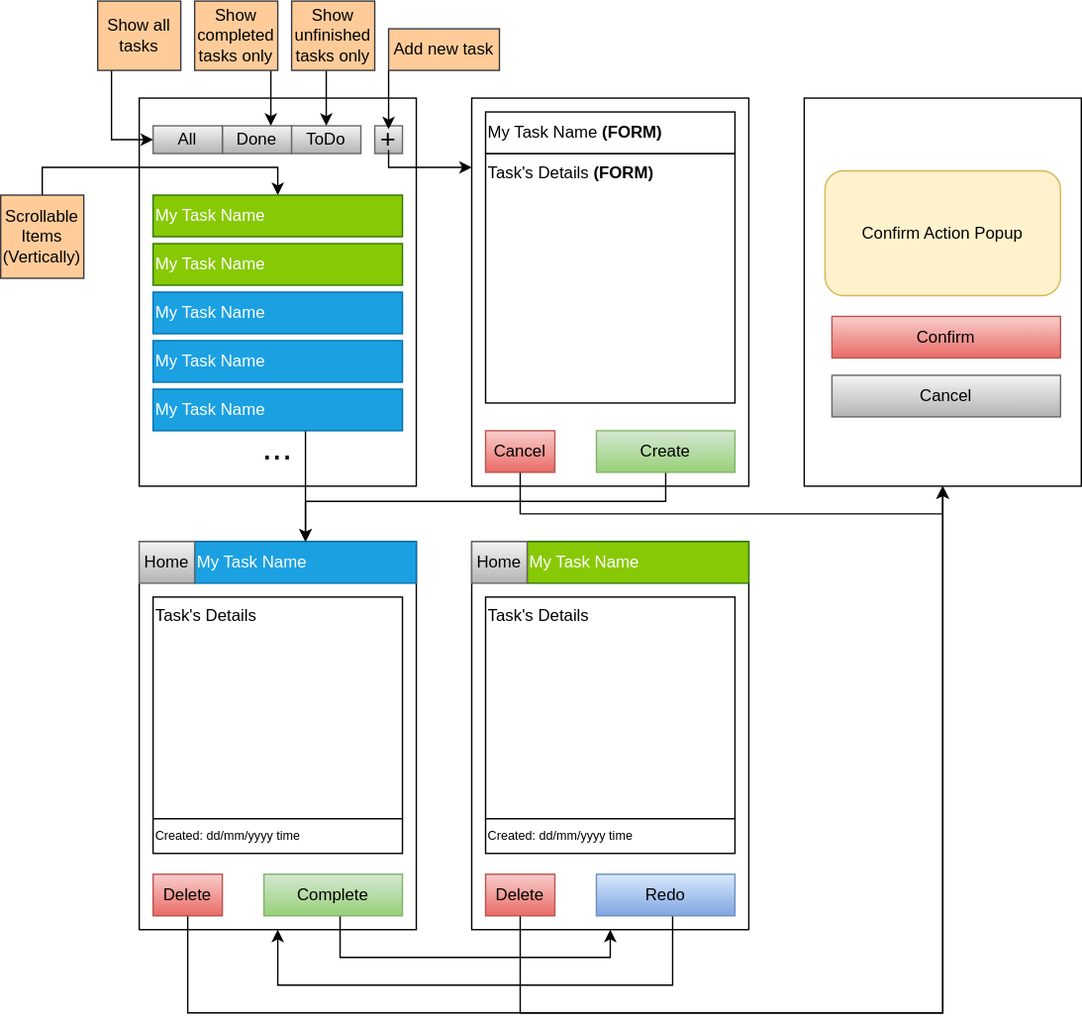
Earlier version of the draw.io export design/Prototype Design.drawio.svg (gubrus50/to-do-list). Source tidied: cells renumbered, new cells last; positions are measured from the earlier drawing's top-left corner, leaving out a move shared by most shapes.
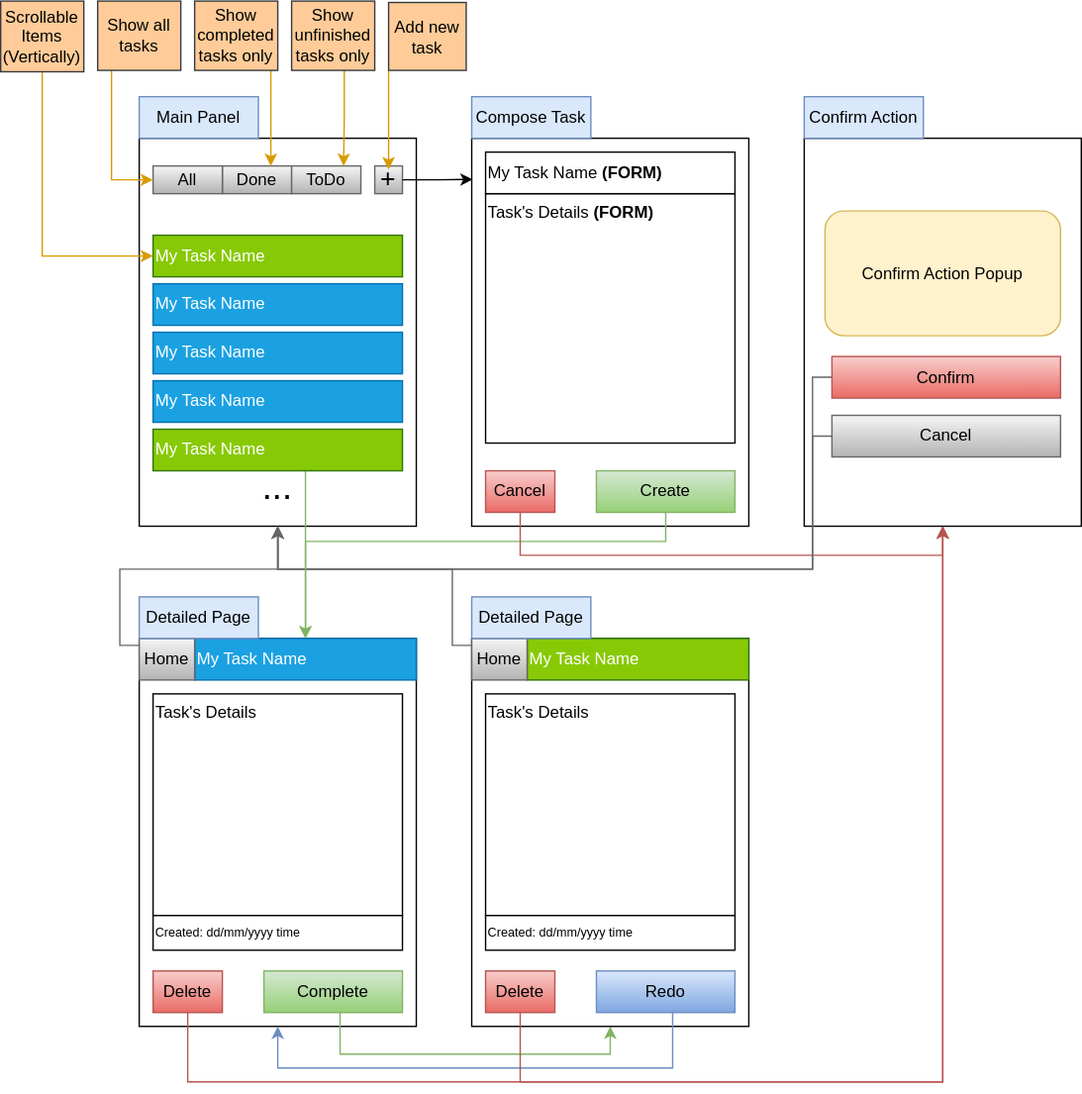
After the change.

What changed in the source:
```diff
@@ -8,3 +8,3 @@
     <mxCell id="3" style="rounded=0;whiteSpace=wrap;html=1;" parent="1" vertex="1">
-      <mxGeometry x="100" y="390" width="200" height="280" as="geometry" />
+      <mxGeometry x="100" y="431" width="200" height="280" as="geometry" />
     </mxCell>
@@ -22,3 +22,3 @@
     </mxCell>
-    <mxCell id="8" value="My Task Name" style="rounded=0;whiteSpace=wrap;html=1;fillColor=#88C906;strokeColor=#2D7600;align=left;fontColor=#ffffff;" parent="1" vertex="1">
+    <mxCell id="8" value="My Task Name" style="rounded=0;whiteSpace=wrap;html=1;fillColor=#1ba1e2;strokeColor=#006EAF;align=left;fontColor=#ffffff;" parent="1" vertex="1">
       <mxGeometry x="110" y="175" width="180" height="30" as="geometry" />
@@ -31,13 +31,2 @@
     </mxCell>
-    <mxCell id="11" style="edgeStyle=orthogonalEdgeStyle;rounded=0;jettySize=auto;html=1;entryX=0.5;entryY=0;entryDx=0;entryDy=0;" parent="1" edge="1" source="12" target="17">
-      <mxGeometry relative="1" as="geometry">
-        <Array as="points">
-          <mxPoint x="220" y="331" />
-          <mxPoint x="220" y="331" />
-        </Array>
-      </mxGeometry>
-    </mxCell>
-    <mxCell id="12" value="My Task Name" style="rounded=0;whiteSpace=wrap;html=1;fillColor=#1ba1e2;fontColor=#ffffff;strokeColor=#006EAF;align=left;" parent="1" vertex="1">
-      <mxGeometry x="110" y="280" width="180" height="30" as="geometry" />
-    </mxCell>
     <mxCell id="13" value="Done" style="rounded=0;whiteSpace=wrap;html=1;fillColor=#f5f5f5;gradientColor=#b3b3b3;strokeColor=#666666;" parent="1" vertex="1">
@@ -55,15 +44,15 @@
     <mxCell id="17" value="My Task Name" style="rounded=0;whiteSpace=wrap;html=1;fillColor=#1ba1e2;fontColor=#ffffff;strokeColor=#006EAF;align=left;" parent="1" vertex="1">
-      <mxGeometry x="140" y="390" width="160" height="30" as="geometry" />
+      <mxGeometry x="140" y="431" width="160" height="30" as="geometry" />
     </mxCell>
     <mxCell id="18" value="Task's Details" style="rounded=0;whiteSpace=wrap;html=1;align=left;verticalAlign=top;" parent="1" vertex="1">
-      <mxGeometry x="110" y="430" width="180" height="160" as="geometry" />
+      <mxGeometry x="110" y="471" width="180" height="160" as="geometry" />
     </mxCell>
     <mxCell id="19" value="Created: dd/mm/yyyy time" style="rounded=0;whiteSpace=wrap;html=1;fontSize=9;align=left;" parent="1" vertex="1">
-      <mxGeometry x="110" y="590" width="180" height="25" as="geometry" />
+      <mxGeometry x="110" y="631" width="180" height="25" as="geometry" />
     </mxCell>
-    <mxCell id="20" style="edgeStyle=orthogonalEdgeStyle;rounded=0;jettySize=auto;html=1;entryX=0.5;entryY=1;entryDx=0;entryDy=0;" parent="1" edge="1" source="21" target="24">
+    <mxCell id="20" style="edgeStyle=orthogonalEdgeStyle;rounded=0;jettySize=auto;html=1;entryX=0.5;entryY=1;entryDx=0;entryDy=0;fillColor=#d5e8d4;strokeColor=#82b366;" parent="1" edge="1" source="21" target="24">
       <mxGeometry relative="1" as="geometry">
         <Array as="points">
-          <mxPoint x="245" y="690" />
-          <mxPoint x="440" y="690" />
+          <mxPoint x="245" y="731" />
+          <mxPoint x="440" y="731" />
         </Array>
@@ -72,9 +61,9 @@
     <mxCell id="21" value="Complete" style="rounded=0;whiteSpace=wrap;html=1;fillColor=#d5e8d4;strokeColor=#82b366;gradientColor=#97d077;" parent="1" vertex="1">
-      <mxGeometry x="190" y="630" width="100" height="30" as="geometry" />
+      <mxGeometry x="190" y="671" width="100" height="30" as="geometry" />
     </mxCell>
-    <mxCell id="22" style="edgeStyle=orthogonalEdgeStyle;rounded=0;jettySize=auto;html=1;entryX=0.5;entryY=1;entryDx=0;entryDy=0;" parent="1" edge="1" source="23" target="51">
+    <mxCell id="22" style="edgeStyle=orthogonalEdgeStyle;rounded=0;jettySize=auto;html=1;entryX=0.5;entryY=1;entryDx=0;entryDy=0;fillColor=#f8cecc;strokeColor=#b85450;" parent="1" edge="1" source="23" target="51">
       <mxGeometry relative="1" as="geometry">
         <Array as="points">
-          <mxPoint x="135" y="730" />
-          <mxPoint x="680" y="730" />
+          <mxPoint x="135" y="751" />
+          <mxPoint x="680" y="751" />
         </Array>
@@ -83,18 +72,18 @@
     <mxCell id="23" value="Delete" style="rounded=0;whiteSpace=wrap;html=1;fillColor=#f8cecc;gradientColor=#ea6b66;strokeColor=#b85450;" parent="1" vertex="1">
-      <mxGeometry x="110" y="630" width="50" height="30" as="geometry" />
+      <mxGeometry x="110" y="671" width="50" height="30" as="geometry" />
     </mxCell>
     <mxCell id="24" style="rounded=0;whiteSpace=wrap;html=1;" parent="1" vertex="1">
-      <mxGeometry x="340" y="390" width="200" height="280" as="geometry" />
+      <mxGeometry x="340" y="431" width="200" height="280" as="geometry" />
     </mxCell>
     <mxCell id="25" value="Task's Details" style="rounded=0;whiteSpace=wrap;html=1;align=left;verticalAlign=top;" parent="1" vertex="1">
-      <mxGeometry x="350" y="430" width="180" height="160" as="geometry" />
+      <mxGeometry x="350" y="471" width="180" height="160" as="geometry" />
     </mxCell>
     <mxCell id="26" value="Created: dd/mm/yyyy time" style="rounded=0;whiteSpace=wrap;html=1;fontSize=9;align=left;" parent="1" vertex="1">
-      <mxGeometry x="350" y="590" width="180" height="25" as="geometry" />
+      <mxGeometry x="350" y="631" width="180" height="25" as="geometry" />
     </mxCell>
-    <mxCell id="27" style="edgeStyle=orthogonalEdgeStyle;rounded=0;jettySize=auto;html=1;entryX=0.5;entryY=1;entryDx=0;entryDy=0;" parent="1" edge="1" source="28" target="3">
+    <mxCell id="27" style="edgeStyle=orthogonalEdgeStyle;rounded=0;jettySize=auto;html=1;entryX=0.5;entryY=1;entryDx=0;entryDy=0;fillColor=#dae8fc;strokeColor=#6c8ebf;" parent="1" edge="1" source="28" target="3">
       <mxGeometry relative="1" as="geometry">
         <Array as="points">
-          <mxPoint x="485" y="710" />
-          <mxPoint x="200" y="710" />
+          <mxPoint x="485" y="741" />
+          <mxPoint x="200" y="741" />
         </Array>
@@ -103,9 +92,9 @@
     <mxCell id="28" value="Redo" style="rounded=0;whiteSpace=wrap;html=1;fillColor=#dae8fc;strokeColor=#6c8ebf;gradientColor=#7ea6e0;" parent="1" vertex="1">
-      <mxGeometry x="430" y="630" width="100" height="30" as="geometry" />
+      <mxGeometry x="430" y="671" width="100" height="30" as="geometry" />
     </mxCell>
-    <mxCell id="29" style="edgeStyle=orthogonalEdgeStyle;rounded=0;jettySize=auto;html=1;entryX=0.5;entryY=1;entryDx=0;entryDy=0;" parent="1" edge="1" source="30" target="51">
+    <mxCell id="29" style="edgeStyle=orthogonalEdgeStyle;rounded=0;jettySize=auto;html=1;entryX=0.5;entryY=1;entryDx=0;entryDy=0;fillColor=#f8cecc;strokeColor=#b85450;" parent="1" edge="1" source="30" target="51">
       <mxGeometry relative="1" as="geometry">
         <Array as="points">
-          <mxPoint x="375" y="730" />
-          <mxPoint x="680" y="730" />
+          <mxPoint x="375" y="751" />
+          <mxPoint x="680" y="751" />
         </Array>
@@ -114,6 +103,6 @@
     <mxCell id="30" value="Delete" style="rounded=0;whiteSpace=wrap;html=1;fillColor=#f8cecc;gradientColor=#ea6b66;strokeColor=#b85450;" parent="1" vertex="1">
-      <mxGeometry x="350" y="630" width="50" height="30" as="geometry" />
+      <mxGeometry x="350" y="671" width="50" height="30" as="geometry" />
     </mxCell>
     <mxCell id="31" value="My Task Name" style="rounded=0;whiteSpace=wrap;html=1;fillColor=#88C906;strokeColor=#2D7600;align=left;fontColor=#ffffff;" parent="1" vertex="1">
-      <mxGeometry x="380" y="390" width="160" height="30" as="geometry" />
+      <mxGeometry x="380" y="431" width="160" height="30" as="geometry" />
     </mxCell>
@@ -125,3 +114,3 @@
     </mxCell>
-    <mxCell id="34" style="edgeStyle=orthogonalEdgeStyle;rounded=0;jettySize=auto;html=1;entryX=0.5;entryY=0;entryDx=0;entryDy=0;" parent="1" edge="1" source="35" target="17">
+    <mxCell id="34" style="edgeStyle=orthogonalEdgeStyle;rounded=0;jettySize=auto;html=1;entryX=0.5;entryY=0;entryDx=0;entryDy=0;fillColor=#d5e8d4;strokeColor=#82b366;" parent="1" edge="1" source="35" target="17">
       <mxGeometry relative="1" as="geometry">
@@ -136,7 +125,7 @@
     </mxCell>
-    <mxCell id="36" style="edgeStyle=orthogonalEdgeStyle;rounded=0;jettySize=auto;html=1;entryX=0.5;entryY=1;entryDx=0;entryDy=0;" parent="1" edge="1" source="37" target="51">
+    <mxCell id="36" style="edgeStyle=orthogonalEdgeStyle;rounded=0;jettySize=auto;html=1;entryX=0.5;entryY=1;entryDx=0;entryDy=0;fillColor=#f8cecc;strokeColor=#b85450;" parent="1" edge="1" source="37" target="51">
       <mxGeometry relative="1" as="geometry">
         <Array as="points">
-          <mxPoint x="375" y="370" />
-          <mxPoint x="680" y="370" />
+          <mxPoint x="375" y="371" />
+          <mxPoint x="680" y="371" />
         </Array>
@@ -150,7 +139,7 @@
     </mxCell>
-    <mxCell id="39" style="edgeStyle=orthogonalEdgeStyle;rounded=0;jettySize=auto;html=1;entryX=0.5;entryY=0;entryDx=0;entryDy=0;" parent="1" edge="1" source="40" target="7">
+    <mxCell id="39" style="edgeStyle=orthogonalEdgeStyle;rounded=0;jettySize=auto;html=1;entryX=0;entryY=0.5;entryDx=0;entryDy=0;fillColor=#ffe6cc;strokeColor=#d79b00;" parent="1" edge="1" source="40" target="7">
       <mxGeometry relative="1" as="geometry">
         <Array as="points">
-          <mxPoint x="30" y="120" />
-          <mxPoint x="200" y="120" />
+          <mxPoint x="76" y="155" />
+          <mxPoint x="76" y="155" />
         </Array>
@@ -159,5 +148,5 @@
     <mxCell id="40" value="Scrollable Items&lt;br&gt;(Vertically)" style="text;html=1;strokeColor=#36393d;fillColor=#ffcc99;align=center;verticalAlign=middle;whiteSpace=wrap;rounded=0;" parent="1" vertex="1">
-      <mxGeometry y="140" width="60" height="60" as="geometry" />
+      <mxGeometry y="-29" width="60" height="51" as="geometry" />
     </mxCell>
-    <mxCell id="41" style="edgeStyle=orthogonalEdgeStyle;rounded=0;jettySize=auto;html=1;entryX=0.5;entryY=0;entryDx=0;entryDy=0;" parent="1" edge="1" source="42" target="6">
+    <mxCell id="41" style="edgeStyle=orthogonalEdgeStyle;rounded=0;jettySize=auto;html=1;entryX=0.5;entryY=0;entryDx=0;entryDy=0;fillColor=#ffe6cc;strokeColor=#d79b00;" parent="1" edge="1" source="42" target="6">
       <mxGeometry relative="1" as="geometry">
@@ -170,14 +159,5 @@
     <mxCell id="42" value="Add new task" style="text;html=1;strokeColor=#36393d;fillColor=#ffcc99;align=center;verticalAlign=middle;whiteSpace=wrap;rounded=0;" parent="1" vertex="1">
-      <mxGeometry x="280" y="20" width="80" height="30" as="geometry" />
+      <mxGeometry x="280" y="-28" width="56" height="49" as="geometry" />
     </mxCell>
-    <mxCell id="43" style="edgeStyle=orthogonalEdgeStyle;rounded=0;jettySize=auto;html=1;" parent="1" edge="1" source="6">
-      <mxGeometry relative="1" as="geometry">
-        <mxPoint x="340" y="120" as="targetPoint" />
-        <Array as="points">
-          <mxPoint x="280" y="120" />
-          <mxPoint x="340" y="120" />
-        </Array>
-      </mxGeometry>
-    </mxCell>
-    <mxCell id="44" style="edgeStyle=orthogonalEdgeStyle;rounded=0;jettySize=auto;html=1;" parent="1" edge="1" source="45" target="13">
+    <mxCell id="44" style="edgeStyle=orthogonalEdgeStyle;rounded=0;jettySize=auto;html=1;fillColor=#ffe6cc;strokeColor=#d79b00;" parent="1" edge="1" source="45" target="13">
       <mxGeometry relative="1" as="geometry">
@@ -190,9 +170,9 @@
     <mxCell id="45" value="Show completed tasks only" style="text;html=1;align=center;verticalAlign=middle;whiteSpace=wrap;rounded=0;fillColor=#ffcc99;strokeColor=#36393d;" parent="1" vertex="1">
-      <mxGeometry x="140" width="60" height="50" as="geometry" />
+      <mxGeometry x="140" y="-29" width="60" height="50" as="geometry" />
     </mxCell>
-    <mxCell id="46" style="edgeStyle=orthogonalEdgeStyle;rounded=0;jettySize=auto;html=1;entryX=0.5;entryY=0;entryDx=0;entryDy=0;" parent="1" edge="1" source="47" target="14">
+    <mxCell id="46" style="edgeStyle=orthogonalEdgeStyle;rounded=0;jettySize=auto;html=1;entryX=0.75;entryY=0;entryDx=0;entryDy=0;fillColor=#ffe6cc;strokeColor=#d79b00;" parent="1" edge="1" source="47" target="14">
       <mxGeometry relative="1" as="geometry">
         <Array as="points">
-          <mxPoint x="240" y="40" />
-          <mxPoint x="240" y="40" />
+          <mxPoint x="248" y="56" />
+          <mxPoint x="248" y="56" />
         </Array>
@@ -201,3 +181,3 @@
     <mxCell id="47" value="Show unfinished tasks only" style="text;html=1;strokeColor=#36393d;fillColor=#ffcc99;align=center;verticalAlign=middle;whiteSpace=wrap;rounded=0;" parent="1" vertex="1">
-      <mxGeometry x="210" width="60" height="50" as="geometry" />
+      <mxGeometry x="210" y="-29" width="60" height="50" as="geometry" />
     </mxCell>
@@ -206,3 +186,3 @@
     </mxCell>
-    <mxCell id="49" style="edgeStyle=orthogonalEdgeStyle;rounded=0;jettySize=auto;html=1;entryX=0;entryY=0.5;entryDx=0;entryDy=0;" parent="1" edge="1" source="50" target="48">
+    <mxCell id="49" style="edgeStyle=orthogonalEdgeStyle;rounded=0;jettySize=auto;html=1;entryX=0;entryY=0.5;entryDx=0;entryDy=0;fillColor=#ffe6cc;strokeColor=#d79b00;" parent="1" edge="1" source="50" target="48">
       <mxGeometry relative="1" as="geometry">
@@ -214,3 +194,3 @@
     <mxCell id="50" value="Show all tasks" style="text;html=1;strokeColor=#36393d;fillColor=#ffcc99;align=center;verticalAlign=middle;whiteSpace=wrap;rounded=0;" parent="1" vertex="1">
-      <mxGeometry x="70" width="60" height="50" as="geometry" />
+      <mxGeometry x="70" y="-29" width="60" height="50" as="geometry" />
     </mxCell>
@@ -219,2 +199,11 @@
     </mxCell>
+    <mxCell id="57" style="edgeStyle=orthogonalEdgeStyle;rounded=0;jettySize=auto;html=1;fillColor=#f5f5f5;strokeColor=#666666;entryX=0.5;entryY=1;entryDx=0;entryDy=0;" parent="1" edge="1" source="52" target="2">
+      <mxGeometry relative="1" as="geometry">
+        <Array as="points">
+          <mxPoint x="586" y="243" />
+          <mxPoint x="586" y="381" />
+          <mxPoint x="200" y="381" />
+        </Array>
+      </mxGeometry>
+    </mxCell>
     <mxCell id="52" value="Confirm" style="rounded=0;whiteSpace=wrap;html=1;fillColor=#f8cecc;strokeColor=#b85450;gradientColor=#ea6b66;" parent="1" vertex="1">
@@ -222,2 +211,11 @@
     </mxCell>
+    <mxCell id="58" style="edgeStyle=orthogonalEdgeStyle;rounded=0;jettySize=auto;html=1;entryX=0.5;entryY=1;entryDx=0;entryDy=0;fillColor=#f5f5f5;strokeColor=#666666;" parent="1" edge="1" source="53" target="2">
+      <mxGeometry relative="1" as="geometry">
+        <Array as="points">
+          <mxPoint x="586" y="285" />
+          <mxPoint x="586" y="381" />
+          <mxPoint x="200" y="381" />
+        </Array>
+      </mxGeometry>
+    </mxCell>
     <mxCell id="53" value="Cancel" style="rounded=0;whiteSpace=wrap;html=1;fillColor=#f5f5f5;gradientColor=#b3b3b3;strokeColor=#666666;" parent="1" vertex="1">
@@ -228,8 +226,55 @@
     </mxCell>
+    <mxCell id="59" style="edgeStyle=orthogonalEdgeStyle;rounded=0;jettySize=auto;html=1;entryX=0.5;entryY=1;entryDx=0;entryDy=0;fillColor=#f5f5f5;strokeColor=#666666;" parent="1" edge="1" source="55" target="2">
+      <mxGeometry relative="1" as="geometry">
+        <Array as="points">
+          <mxPoint x="86" y="436" />
+          <mxPoint x="86" y="381" />
+          <mxPoint x="200" y="381" />
+        </Array>
+      </mxGeometry>
+    </mxCell>
     <mxCell id="55" value="Home" style="rounded=0;whiteSpace=wrap;html=1;fillColor=#f5f5f5;gradientColor=#b3b3b3;strokeColor=#666666;" parent="1" vertex="1">
-      <mxGeometry x="100" y="390" width="40" height="30" as="geometry" />
+      <mxGeometry x="100" y="431" width="40" height="30" as="geometry" />
     </mxCell>
+    <mxCell id="60" style="edgeStyle=orthogonalEdgeStyle;rounded=0;jettySize=auto;html=1;entryX=0.5;entryY=1;entryDx=0;entryDy=0;fillColor=#f5f5f5;strokeColor=#666666;" parent="1" edge="1" source="56" target="2">
+      <mxGeometry relative="1" as="geometry">
+        <Array as="points">
+          <mxPoint x="326" y="436" />
+          <mxPoint x="326" y="381" />
+          <mxPoint x="200" y="381" />
+        </Array>
+      </mxGeometry>
+    </mxCell>
     <mxCell id="56" value="Home" style="rounded=0;whiteSpace=wrap;html=1;fillColor=#f5f5f5;gradientColor=#b3b3b3;strokeColor=#666666;" parent="1" vertex="1">
-      <mxGeometry x="340" y="390" width="40" height="30" as="geometry" />
+      <mxGeometry x="340" y="431" width="40" height="30" as="geometry" />
     </mxCell>
+    <mxCell id="61" value="Main Panel" style="text;html=1;strokeColor=#6c8ebf;fillColor=#dae8fc;align=center;verticalAlign=middle;whiteSpace=wrap;rounded=0;" parent="1" vertex="1">
+      <mxGeometry x="100" y="40" width="86" height="30" as="geometry" />
+    </mxCell>
+    <mxCell id="62" value="Compose Task" style="text;html=1;strokeColor=#6c8ebf;fillColor=#dae8fc;align=center;verticalAlign=middle;whiteSpace=wrap;rounded=0;" parent="1" vertex="1">
+      <mxGeometry x="340" y="40" width="86" height="30" as="geometry" />
+    </mxCell>
+    <mxCell id="63" value="Confirm Action" style="text;html=1;strokeColor=#6c8ebf;fillColor=#dae8fc;align=center;verticalAlign=middle;whiteSpace=wrap;rounded=0;" parent="1" vertex="1">
+      <mxGeometry x="580" y="40" width="86" height="30" as="geometry" />
+    </mxCell>
+    <mxCell id="64" value="Detailed Page" style="text;html=1;strokeColor=#6c8ebf;fillColor=#dae8fc;align=center;verticalAlign=middle;whiteSpace=wrap;rounded=0;" parent="1" vertex="1">
+      <mxGeometry x="100" y="401" width="86" height="30" as="geometry" />
+    </mxCell>
+    <mxCell id="65" value="Detailed Page" style="text;html=1;strokeColor=#6c8ebf;fillColor=#dae8fc;align=center;verticalAlign=middle;whiteSpace=wrap;rounded=0;" parent="1" vertex="1">
+      <mxGeometry x="340" y="401" width="86" height="30" as="geometry" />
+    </mxCell>
+    <mxCell id="11" style="edgeStyle=orthogonalEdgeStyle;rounded=0;jettySize=auto;html=1;entryX=0.5;entryY=0;entryDx=0;entryDy=0;fillColor=#d5e8d4;strokeColor=#82b366;" parent="1" edge="1" source="12" target="17">
+      <mxGeometry relative="1" as="geometry">
+        <Array as="points">
+          <mxPoint x="220" y="341" />
+          <mxPoint x="220" y="341" />
+        </Array>
+      </mxGeometry>
+    </mxCell>
+    <mxCell id="12" value="My Task Name" style="rounded=0;whiteSpace=wrap;html=1;fillColor=#88C906;strokeColor=#2D7600;align=left;fontColor=#ffffff;" parent="1" vertex="1">
+      <mxGeometry x="110" y="280" width="180" height="30" as="geometry" />
+    </mxCell>
+    <mxCell id="66" style="edgeStyle=orthogonalEdgeStyle;rounded=0;jettySize=auto;html=1;entryX=0.004;entryY=0.106;entryDx=0;entryDy=0;entryPerimeter=0;" parent="1" edge="1" source="5" target="32">
+      <mxGeometry relative="1" as="geometry" />
+    </mxCell>
   </root>
```
